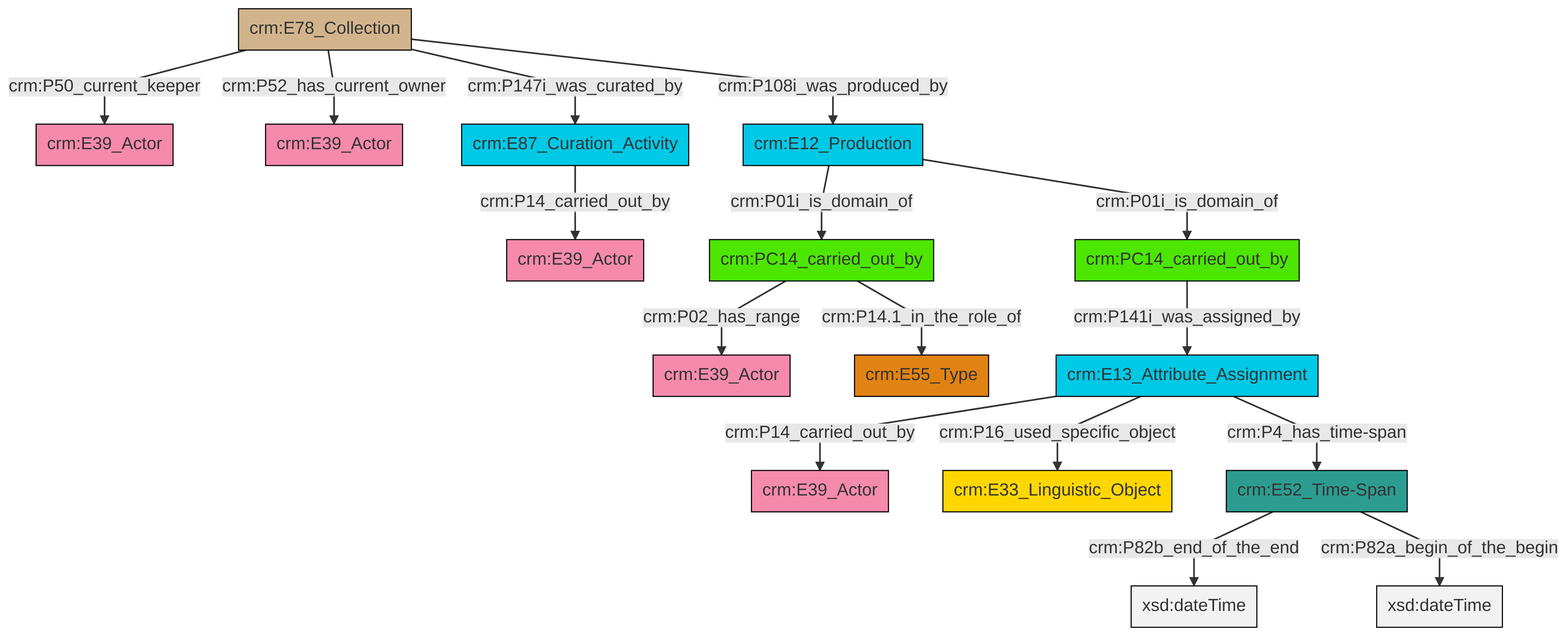
swiss-art-research-net/docs.swissartresearch keeps this Mermaid diagram as et/archivalCSV/ttl/mmd/png/archival_relation.png. Above is the earlier version. Its source is kept beside it as et/archivalCSV/ttl/mmd/archival_relation.ttl.mmd.
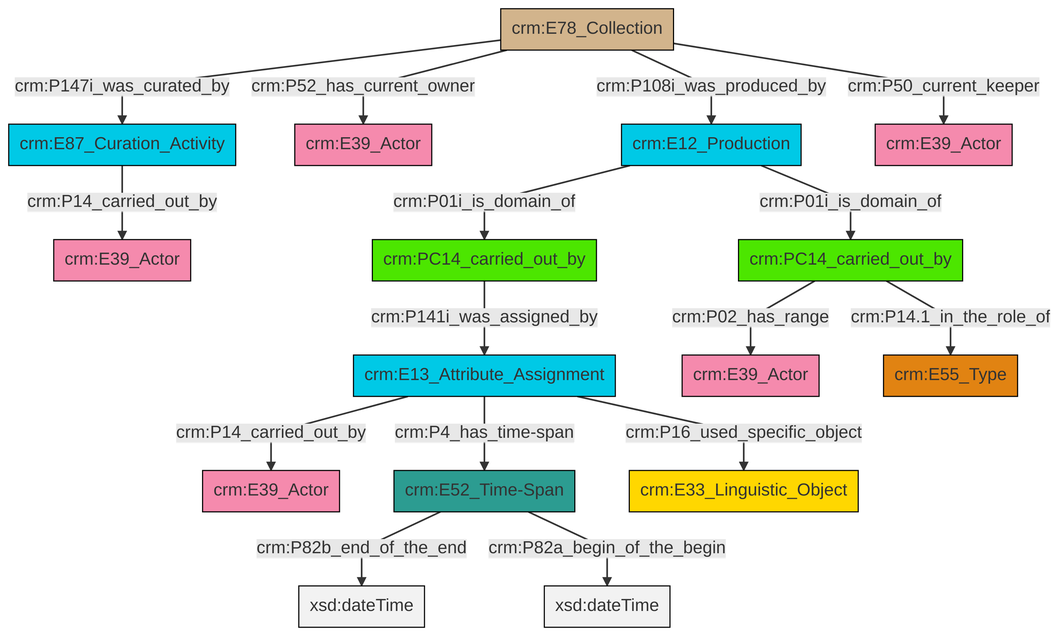
After the change.

The edit, as a diff of the source:
```diff
@@ -13,18 +13,18 @@
 classDef PC_Classes fill:#4ce600, stroke:#000000;
 classDef Multi fill:#cccccc,stroke:#000000;
 
-0["crm:E78_Collection"]:::Physical_Thing -->|crm:P50_current_keeper| 2["crm:E39_Actor"]:::Actor
-7["crm:PC14_carried_out_by"]:::PC_Classes -->|crm:P02_has_range| 8["crm:E39_Actor"]:::Actor
-11["crm:E13_Attribute_Assignment"]:::Temporal_Entity -->|crm:P14_carried_out_by| 12["crm:E39_Actor"]:::Actor
-13["crm:E12_Production"]:::Temporal_Entity -->|crm:P01i_is_domain_of| 7["crm:PC14_carried_out_by"]:::PC_Classes
-11["crm:E13_Attribute_Assignment"]:::Temporal_Entity -->|crm:P16_used_specific_object| 14["crm:E33_Linguistic_Object"]:::Conceptual_Object
-11["crm:E13_Attribute_Assignment"]:::Temporal_Entity -->|crm:P4_has_time-span| 17["crm:E52_Time-Span"]:::Time-Span
-0["crm:E78_Collection"]:::Physical_Thing -->|crm:P52_has_current_owner| 5["crm:E39_Actor"]:::Actor
-20["crm:E87_Curation_Activity"]:::Temporal_Entity -->|crm:P14_carried_out_by| 3["crm:E39_Actor"]:::Actor
-0["crm:E78_Collection"]:::Physical_Thing -->|crm:P108i_was_produced_by| 13["crm:E12_Production"]:::Temporal_Entity
-15["crm:PC14_carried_out_by"]:::PC_Classes -->|crm:P141i_was_assigned_by| 11["crm:E13_Attribute_Assignment"]:::Temporal_Entity
-17["crm:E52_Time-Span"]:::Time-Span -->|crm:P82b_end_of_the_end| 28[xsd:dateTime]:::Literal
-7["crm:PC14_carried_out_by"]:::PC_Classes -->|crm:P14.1_in_the_role_of| 9["crm:E55_Type"]:::Type
-17["crm:E52_Time-Span"]:::Time-Span -->|crm:P82a_begin_of_the_begin| 29[xsd:dateTime]:::Literal
-0["crm:E78_Collection"]:::Physical_Thing -->|crm:P147i_was_curated_by| 20["crm:E87_Curation_Activity"]:::Temporal_Entity
-13["crm:E12_Production"]:::Temporal_Entity -->|crm:P01i_is_domain_of| 15["crm:PC14_carried_out_by"]:::PC_Classes
+0["crm:E87_Curation_Activity"]:::Temporal_Entity -->|crm:P14_carried_out_by| 1["crm:E39_Actor"]:::Actor
+2["crm:E78_Collection"]:::Physical_Thing -->|crm:P52_has_current_owner| 3["crm:E39_Actor"]:::Actor
+2["crm:E78_Collection"]:::Physical_Thing -->|crm:P147i_was_curated_by| 0["crm:E87_Curation_Activity"]:::Temporal_Entity
+11["crm:E52_Time-Span"]:::Time-Span -->|crm:P82b_end_of_the_end| 12[xsd:dateTime]:::Literal
+9["crm:PC14_carried_out_by"]:::PC_Classes -->|crm:P02_has_range| 14["crm:E39_Actor"]:::Actor
+9["crm:PC14_carried_out_by"]:::PC_Classes -->|crm:P14.1_in_the_role_of| 17["crm:E55_Type"]:::Type
+19["crm:PC14_carried_out_by"]:::PC_Classes -->|crm:P141i_was_assigned_by| 7["crm:E13_Attribute_Assignment"]:::Temporal_Entity
+11["crm:E52_Time-Span"]:::Time-Span -->|crm:P82a_begin_of_the_begin| 22[xsd:dateTime]:::Literal
+2["crm:E78_Collection"]:::Physical_Thing -->|crm:P50_current_keeper| 20["crm:E39_Actor"]:::Actor
+7["crm:E13_Attribute_Assignment"]:::Temporal_Entity -->|crm:P16_used_specific_object| 23["crm:E33_Linguistic_Object"]:::Conceptual_Object
+15["crm:E12_Production"]:::Temporal_Entity -->|crm:P01i_is_domain_of| 9["crm:PC14_carried_out_by"]:::PC_Classes
+2["crm:E78_Collection"]:::Physical_Thing -->|crm:P108i_was_produced_by| 15["crm:E12_Production"]:::Temporal_Entity
+7["crm:E13_Attribute_Assignment"]:::Temporal_Entity -->|crm:P14_carried_out_by| 5["crm:E39_Actor"]:::Actor
+15["crm:E12_Production"]:::Temporal_Entity -->|crm:P01i_is_domain_of| 19["crm:PC14_carried_out_by"]:::PC_Classes
+7["crm:E13_Attribute_Assignment"]:::Temporal_Entity -->|crm:P4_has_time-span| 11["crm:E52_Time-Span"]:::Time-Span
```
